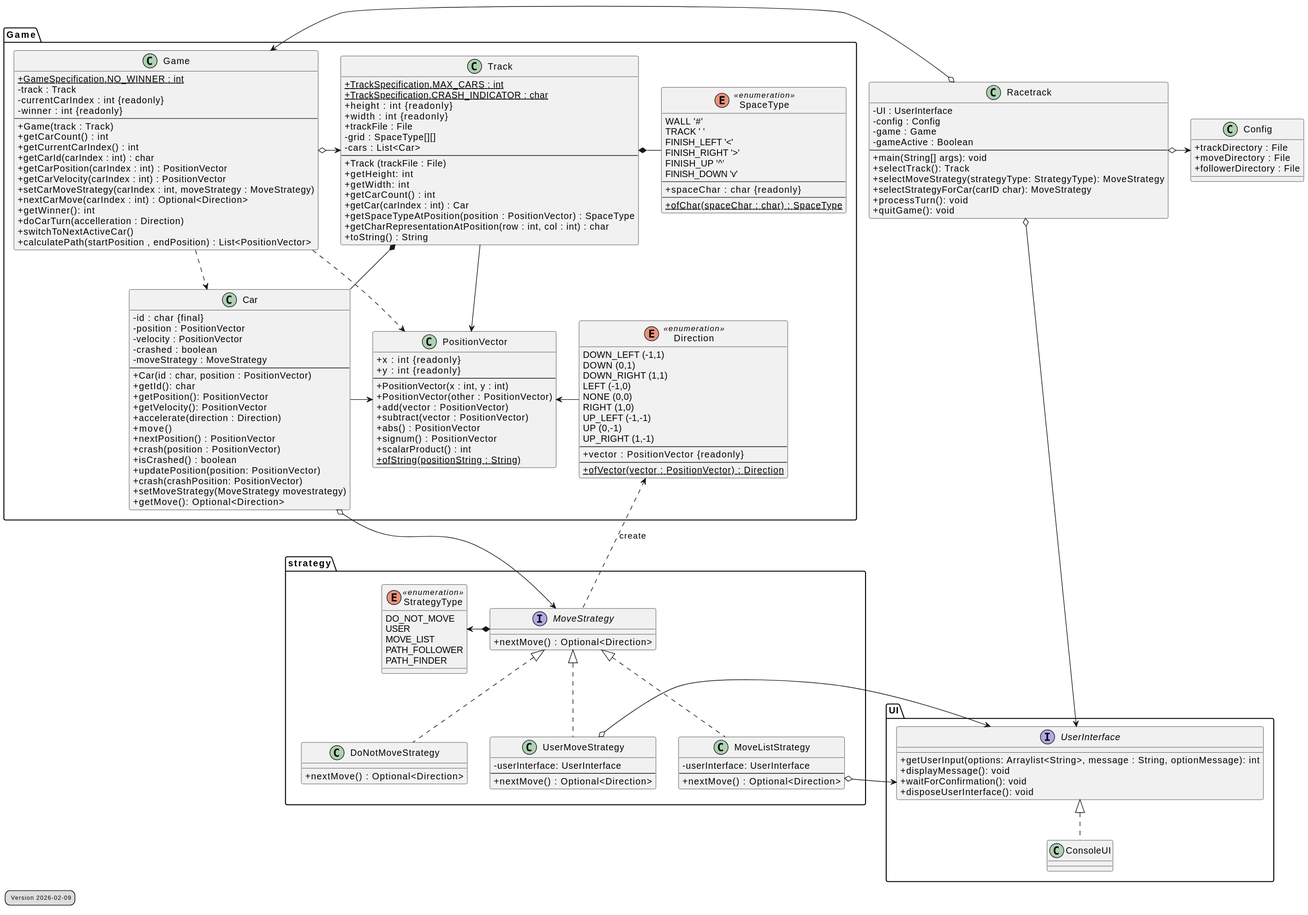
Earlier version of the PlantUML export Klassendiagramm.svg (ShankeW/Race_Track_ZHAW_Project).
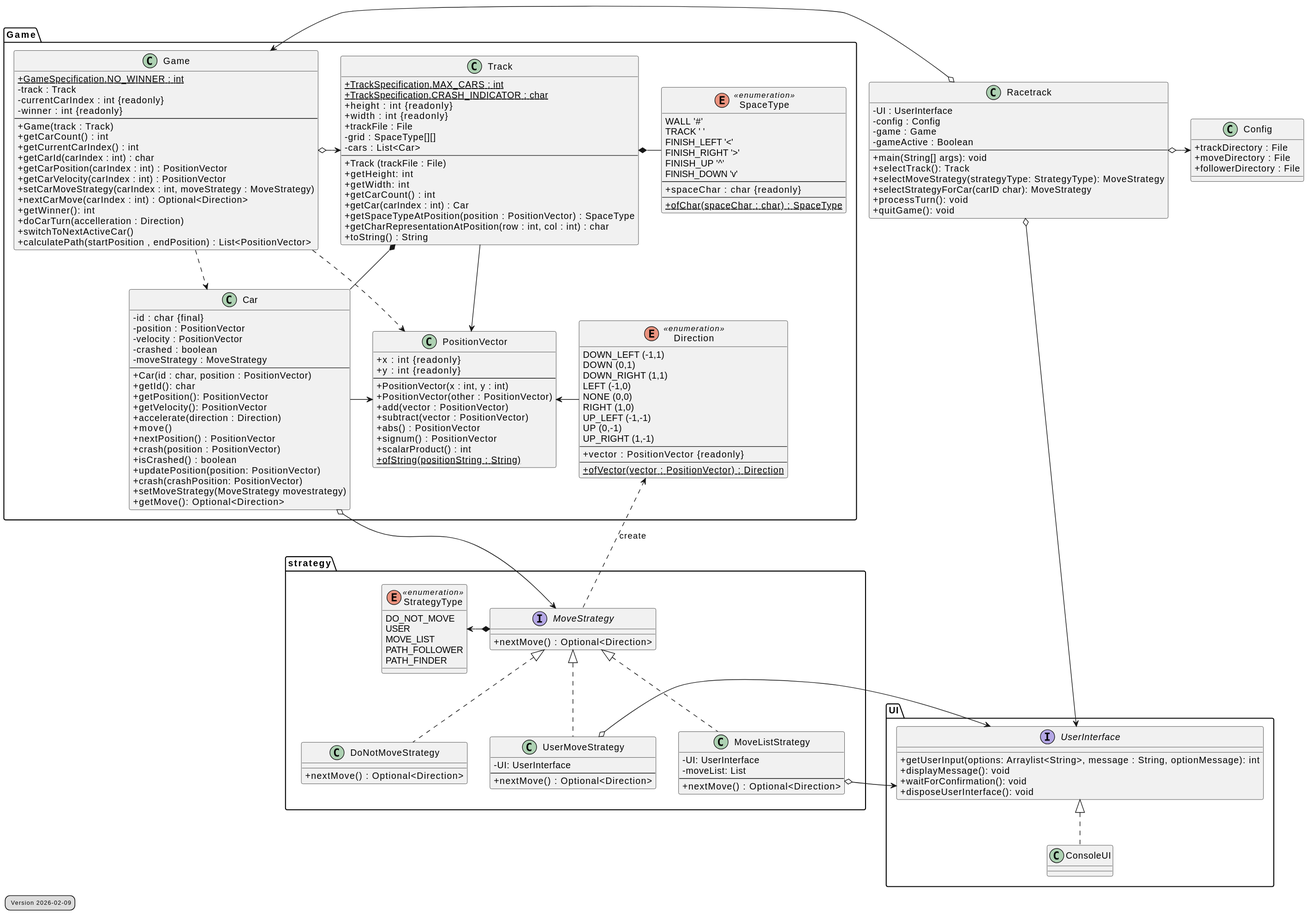
After the change.

Commit message:
Updated Class Diagram

The edit, as a diff of the source:
```diff
@@ -159,13 +159,14 @@
     }
 
     class MoveListStrategy implements MoveStrategy {
-      - userInterface: UserInterface
+      - UI: UserInterface
+      - moveList: List
       --
       + nextMove() : Optional<Direction>
     }
 
     class UserMoveStrategy implements MoveStrategy {
-      - userInterface: UserInterface
+      - UI: UserInterface
       --
       + nextMove() : Optional<Direction>
     }
```
